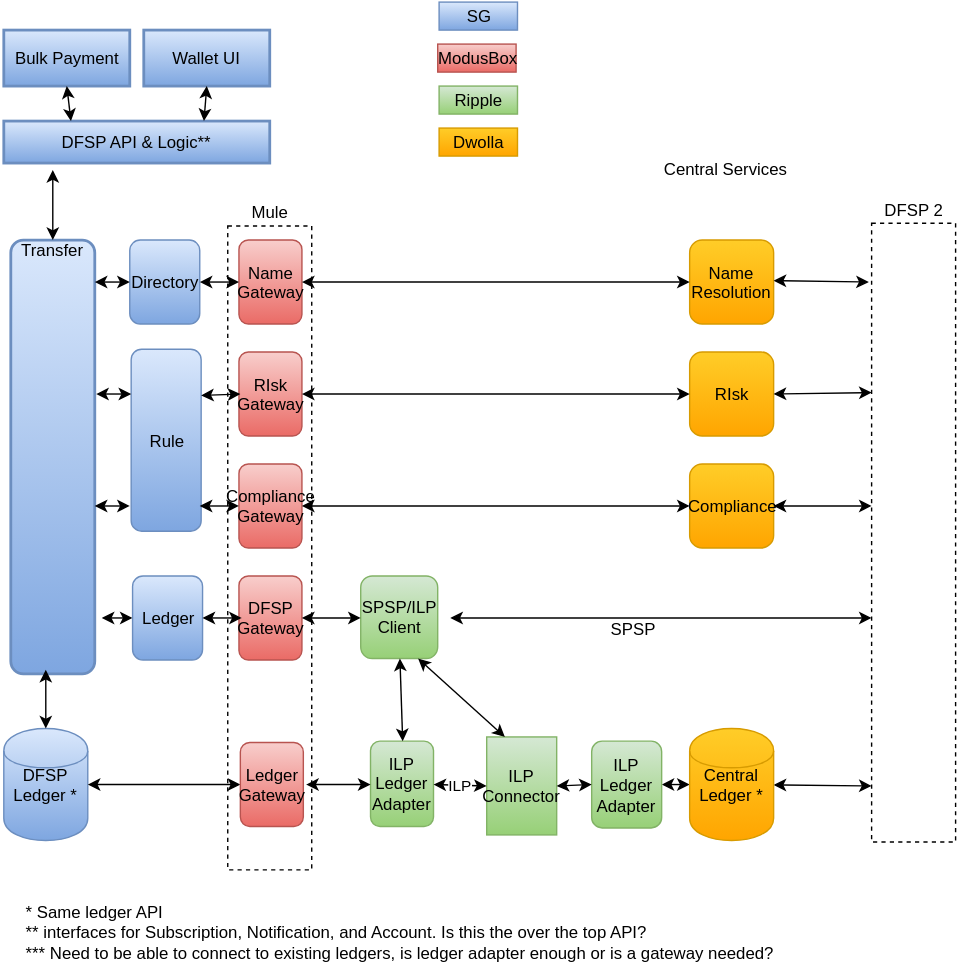
maduhu/Documentation keeps this draw.io diagram as Wiki/Top Level Architecture.svg. Above is the earlier version. Source tidied: cells renumbered, new cells last; positions are measured from the earlier drawing's top-left corner, leaving out a move shared by most shapes.
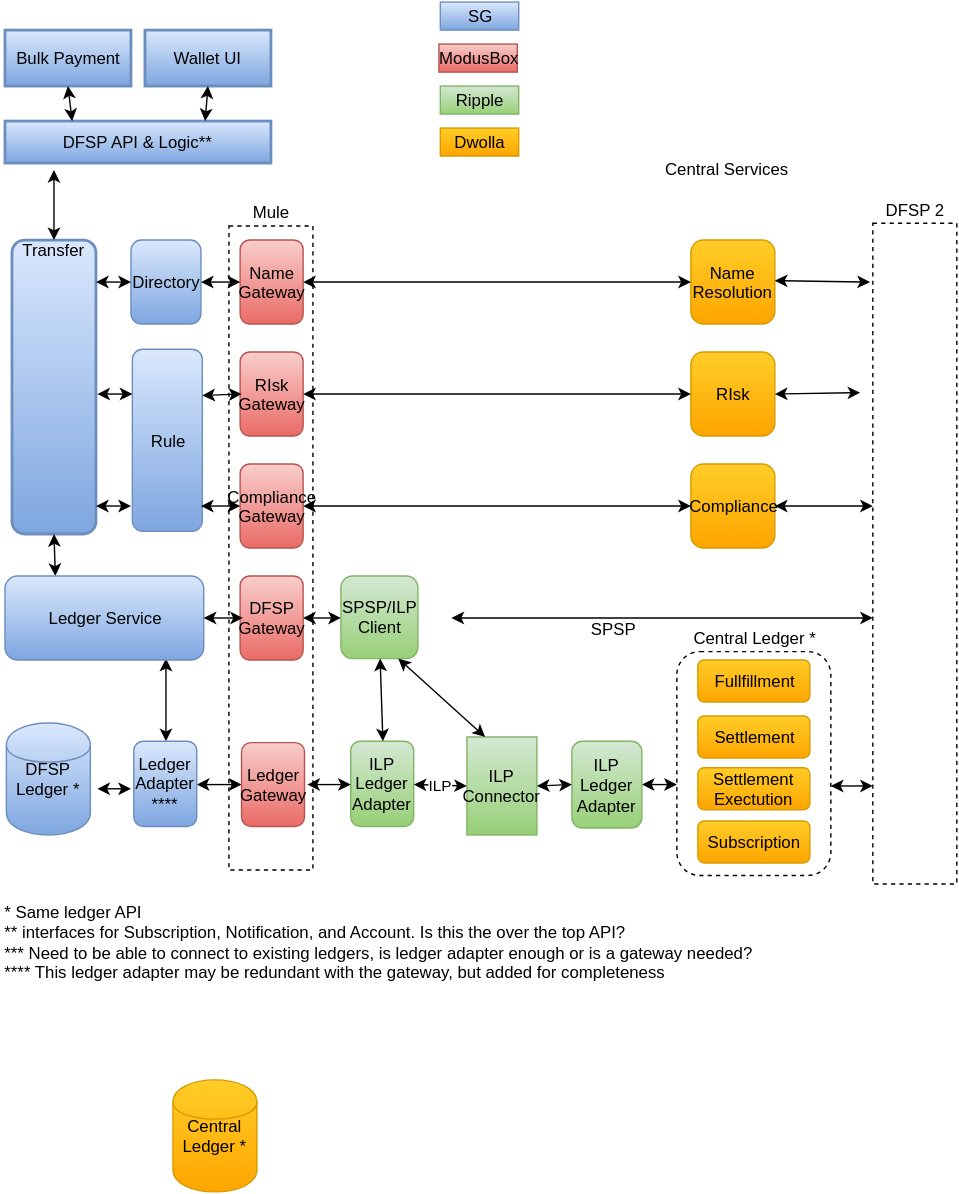
Later version of the same file.

Commit message:
Break up central ledger

Break up central ledger and add DFSP ledger adapter

Diff of the diagram source:
```diff
@@ -2,40 +2,43 @@
   <root>
     <mxCell id="0" />
     <mxCell id="1" parent="0" />
+    <mxCell id="61" value="Central Ledger *" style="rounded=1;whiteSpace=wrap;html=1;fillColor=none;strokeColor=#000000;dashed=1;labelPosition=center;verticalLabelPosition=top;align=center;verticalAlign=bottom;" parent="1" vertex="1">
+      <mxGeometry x="480" y="464" width="110" height="160" as="geometry" />
+    </mxCell>
     <mxCell id="2" value="Mule" style="whiteSpace=wrap;html=1;fillColor=none;dashed=1;labelPosition=center;verticalLabelPosition=top;align=center;verticalAlign=bottom;" parent="1" vertex="1">
       <mxGeometry x="160" y="160" width="60" height="460" as="geometry" />
     </mxCell>
     <mxCell id="3" value="DFSP Ledger *" style="shape=cylinder;whiteSpace=wrap;html=1;plain-blue;" parent="1" vertex="1">
-      <mxGeometry y="519" width="60" height="80" as="geometry" />
+      <mxGeometry x="1" y="515" width="60" height="80" as="geometry" />
     </mxCell>
-    <mxCell id="4" value="&lt;div&gt;Transfer&lt;/div&gt;" style="verticalAlign=middle;align=center;overflow=fill;fontSize=12;fontFamily=Helvetica;html=1;rounded=1;fontStyle=0;strokeWidth=2;plain-blue;" parent="1" vertex="1">
-      <mxGeometry x="5" y="170" width="60" height="310" as="geometry" />
+    <mxCell id="4" value="&lt;div&gt;Transfer&lt;/div&gt;" style="verticalAlign=middle;align=center;overflow=fill;fontSize=12;fontFamily=Helvetica;html=1;rounded=1;fontStyle=0;strokeWidth=2;plain-blue;labelPosition=center;verticalLabelPosition=middle;" parent="1" vertex="1">
+      <mxGeometry x="5" y="170" width="60" height="210" as="geometry" />
     </mxCell>
     <mxCell id="5" value="ILP Connector" style="whiteSpace=wrap;html=1;plain-green;" parent="1" vertex="1">
-      <mxGeometry x="345" y="525" width="50" height="70" as="geometry" />
+      <mxGeometry x="330" y="525" width="50" height="70" as="geometry" />
     </mxCell>
     <mxCell id="6" value="ILP Ledger Adapter" style="rounded=1;whiteSpace=wrap;html=1;plain-green;" parent="1" vertex="1">
-      <mxGeometry x="262" y="528" width="45" height="61" as="geometry" />
+      <mxGeometry x="247" y="528" width="45" height="61" as="geometry" />
     </mxCell>
-    <mxCell id="7" style="endArrow=classic;startArrow=classic;html=1;entryX=0;entryY=0.5;exitX=1;exitY=0.5;" parent="1" edge="1" source="3" target="46">
+    <mxCell id="7" style="endArrow=classic;startArrow=classic;html=1;entryX=0;entryY=0.5;exitX=1;exitY=0.5;" parent="1" edge="1" source="62" target="46">
       <mxGeometry relative="1" as="geometry" />
     </mxCell>
     <mxCell id="8" value="ILP" style="endArrow=classic;startArrow=classic;html=1;entryX=0;entryY=0.5;exitX=1;exitY=0.5;" parent="1" edge="1" source="6" target="5">
-      <mxGeometry x="120" y="639" as="geometry" />
+      <mxGeometry x="105" y="639" as="geometry" />
     </mxCell>
-    <mxCell id="9" style="endArrow=classic;startArrow=classic;html=1;entryX=0;entryY=0.5;exitX=1;exitY=0.5;" parent="1" edge="1" source="53" target="42">
-      <mxGeometry x="130" y="649" as="geometry" />
+    <mxCell id="9" style="endArrow=classic;startArrow=classic;html=1;exitX=1;exitY=0.5;" parent="1" edge="1" source="53">
+      <mxGeometry x="130" y="649" as="geometry">
+        <mxPoint x="480" y="559" as="targetPoint" />
+      </mxGeometry>
     </mxCell>
     <mxCell id="10" value="&lt;div&gt;SPSP/ILP&lt;/div&gt;&lt;div&gt;Client&lt;/div&gt;" style="rounded=1;whiteSpace=wrap;html=1;plain-green;" parent="1" vertex="1">
-      <mxGeometry x="255" y="410" width="55" height="59" as="geometry" />
+      <mxGeometry x="240" y="410" width="55" height="59" as="geometry" />
     </mxCell>
-    <mxCell id="11" style="endArrow=classic;startArrow=classic;html=1;entryX=0;entryY=0.5;" parent="1" edge="1" target="55">
-      <mxGeometry x="110" y="457" as="geometry">
-        <mxPoint x="70" y="440" as="sourcePoint" />
-      </mxGeometry>
+    <mxCell id="11" style="endArrow=classic;startArrow=classic;html=1;entryX=0.25;entryY=0;exitX=0.5;exitY=1;" parent="1" edge="1" source="4" target="55">
+      <mxGeometry x="110" y="457" as="geometry" />
     </mxCell>
     <mxCell id="12" style="endArrow=classic;startArrow=classic;html=1;entryX=0.5;entryY=0;exitX=0.5;exitY=1;" parent="1" edge="1" source="10" target="6">
-      <mxGeometry x="245" y="459" as="geometry" />
+      <mxGeometry x="230" y="459" as="geometry" />
     </mxCell>
     <mxCell id="13" value="DFSP API &amp;amp; Logic**" style="whiteSpace=wrap;align=center;verticalAlign=middle;fontStyle=0;strokeWidth=2;html=1;plain-blue;" parent="1" vertex="1">
       <mxGeometry y="85" width="190" height="30" as="geometry" />
@@ -55,16 +58,15 @@
     <mxCell id="18" style="endArrow=classic;startArrow=classic;html=1;exitX=0.5;exitY=0;entryX=0.184;entryY=1.167;entryPerimeter=0;" parent="1" edge="1" source="4" target="13">
       <mxGeometry x="110" y="236" as="geometry" />
     </mxCell>
-    <mxCell id="19" style="endArrow=classic;startArrow=classic;html=1;entryX=0.5;entryY=0;" parent="1" edge="1" target="3">
-      <mxGeometry x="120" y="577" as="geometry">
-        <mxPoint x="30" y="477" as="sourcePoint" />
-      </mxGeometry>
+    <mxCell id="19" style="endArrow=classic;startArrow=classic;html=1;entryX=0.5;entryY=0;exitX=0.81;exitY=0.983;exitPerimeter=0;" parent="1" edge="1" source="55" target="62">
+      <mxGeometry x="120" y="577" as="geometry" />
     </mxCell>
-    <mxCell id="20" value="&lt;div&gt;* Same ledger API&lt;/div&gt;&lt;div&gt;** interfaces for Subscription, Notification, and Account. Is this the over the top API?&lt;/div&gt;&lt;div&gt;*** Need to be able to connect to existing ledgers, is ledger adapter enough or is a gateway needed?&lt;/div&gt;" style="text;html=1;align=left;verticalAlign=top;spacingTop=-4;" parent="1" vertex="1">
-      <mxGeometry x="14" y="641" width="550" height="40" as="geometry" />
+    <mxCell id="20" value="&lt;div&gt;* Same ledger API&lt;/div&gt;&lt;div&gt;** interfaces for Subscription, Notification, and Account. Is this the over the top API?&lt;/div&gt;&lt;div&gt;*** Need to be able to connect to existing ledgers, is ledger adapter enough or is a gateway needed?&lt;/div&gt;&lt;div&gt;**** This ledger adapter may be redundant with the gateway, but added for completeness&lt;/div&gt;" style="text;html=1;align=left;verticalAlign=top;spacingTop=-4;" parent="1" vertex="1">
+      <mxGeometry x="-2" y="641" width="550" height="60" as="geometry" />
     </mxCell>
-    <mxCell id="21" style="endArrow=classic;startArrow=classic;html=1;" parent="1" edge="1" source="42">
+    <mxCell id="21" style="endArrow=classic;startArrow=classic;html=1;" parent="1" edge="1">
       <mxGeometry x="260" y="658" as="geometry">
+        <mxPoint x="590" y="560" as="sourcePoint" />
         <mxPoint x="620" y="560" as="targetPoint" />
       </mxGeometry>
     </mxCell>
@@ -76,7 +78,7 @@
     </mxCell>
     <mxCell id="23" value="SPSP" style="text;html=1;align=center;verticalAlign=middle;labelBackgroundColor=#ffffff;" parent="22" vertex="1">
       <mxGeometry relative="1" as="geometry">
-        <mxPoint x="-21" y="7" as="offset" />
+        <mxPoint x="-36" y="7" as="offset" />
       </mxGeometry>
     </mxCell>
     <mxCell id="24" value="Name Resolution" style="rounded=1;whiteSpace=wrap;html=1;plain-orange;" parent="1" vertex="1">
@@ -147,12 +149,10 @@
     <mxCell id="41" value="Central Services" style="text;html=1;align=left;verticalAlign=top;spacingTop=-4;" parent="1" vertex="1">
       <mxGeometry x="470" y="110" width="100" height="20" as="geometry" />
     </mxCell>
-    <mxCell id="42" value="Central Ledger *" style="shape=cylinder;whiteSpace=wrap;html=1;plain-orange;" parent="1" vertex="1">
-      <mxGeometry x="490" y="519" width="60" height="80" as="geometry" />
-    </mxCell>
-    <mxCell id="43" style="endArrow=classic;startArrow=classic;html=1;" parent="1" edge="1" target="42">
+    <mxCell id="43" style="endArrow=classic;startArrow=classic;html=1;" parent="1" edge="1">
       <mxGeometry x="260" y="658" as="geometry">
         <mxPoint x="490" y="560" as="sourcePoint" />
+        <mxPoint x="490" y="560" as="targetPoint" />
       </mxGeometry>
     </mxCell>
     <mxCell id="44" value="DFSP Gateway" style="rounded=1;whiteSpace=wrap;html=1;plain-red;" parent="1" vertex="1">
@@ -170,7 +170,7 @@
       </mxGeometry>
     </mxCell>
     <mxCell id="48" value="DFSP 2" style="whiteSpace=wrap;html=1;fillColor=none;dashed=1;labelPosition=center;verticalLabelPosition=top;align=center;verticalAlign=bottom;" parent="1" vertex="1">
-      <mxGeometry x="620" y="158" width="60" height="442" as="geometry" />
+      <mxGeometry x="620" y="158" width="60" height="472" as="geometry" />
     </mxCell>
     <mxCell id="49" style="endArrow=classic;startArrow=classic;html=1;" parent="1" edge="1">
       <mxGeometry x="464" y="389" as="geometry">
@@ -178,7 +178,7 @@
         <mxPoint x="620" y="360" as="targetPoint" />
       </mxGeometry>
     </mxCell>
-    <mxCell id="50" style="endArrow=classic;startArrow=classic;html=1;exitX=1;exitY=0.5;entryX=0;entryY=0.274;entryPerimeter=0;" parent="1" edge="1" target="48">
+    <mxCell id="50" style="endArrow=classic;startArrow=classic;html=1;exitX=1;exitY=0.5;entryX=-0.15;entryY=0.256;entryPerimeter=0;" parent="1" edge="1" target="48">
       <mxGeometry x="472" y="309" as="geometry">
         <mxPoint x="550" y="280" as="sourcePoint" />
       </mxGeometry>
@@ -190,16 +190,16 @@
       </mxGeometry>
     </mxCell>
     <mxCell id="52" style="endArrow=classic;startArrow=classic;html=1;exitX=0.75;exitY=1;entryX=0.25;entryY=0;" parent="1" edge="1" source="10" target="5">
-      <mxGeometry x="145" y="399" as="geometry" />
+      <mxGeometry x="130" y="399" as="geometry" />
     </mxCell>
     <mxCell id="53" value="ILP Ledger Adapter" style="rounded=1;whiteSpace=wrap;html=1;plain-green;" parent="1" vertex="1">
-      <mxGeometry x="420" y="528" width="50" height="62" as="geometry" />
+      <mxGeometry x="405" y="528" width="50" height="62" as="geometry" />
     </mxCell>
     <mxCell id="54" style="endArrow=classic;startArrow=classic;html=1;entryX=0;entryY=0.5;exitX=1;exitY=0.5;" parent="1" edge="1" source="5" target="53">
-      <mxGeometry x="130" y="649" as="geometry" />
+      <mxGeometry x="115" y="649" as="geometry" />
     </mxCell>
-    <mxCell id="55" value="Ledger" style="rounded=1;whiteSpace=wrap;html=1;plain-blue;" parent="1" vertex="1">
-      <mxGeometry x="92" y="410" width="50" height="60" as="geometry" />
+    <mxCell id="55" value="Ledger Service" style="rounded=1;whiteSpace=wrap;html=1;plain-blue;" parent="1" vertex="1">
+      <mxGeometry y="410" width="142" height="60" as="geometry" />
     </mxCell>
     <mxCell id="56" style="endArrow=classic;startArrow=classic;html=1;exitX=1;exitY=0.5;" parent="1" edge="1" source="55">
       <mxGeometry x="120" y="467" as="geometry">
@@ -218,5 +218,28 @@
     <mxCell id="60" value="Dwolla" style="whiteSpace=wrap;html=1;plain-orange;" parent="1" vertex="1">
       <mxGeometry x="311" y="90" width="56" height="20" as="geometry" />
     </mxCell>
+    <mxCell id="62" value="&lt;div&gt;Ledger Adapter&lt;/div&gt;&lt;div&gt;****&lt;/div&gt;" style="rounded=1;whiteSpace=wrap;html=1;plain-blue;" parent="1" vertex="1">
+      <mxGeometry x="92" y="528" width="45" height="61" as="geometry" />
+    </mxCell>
+    <mxCell id="63" style="endArrow=classic;startArrow=classic;html=1;exitX=1.083;exitY=0.588;exitPerimeter=0;" parent="1" edge="1" source="3">
+      <mxGeometry x="197" y="579" as="geometry">
+        <mxPoint x="90" y="562" as="targetPoint" />
+      </mxGeometry>
+    </mxCell>
+    <mxCell id="64" value="Fullfillment" style="rounded=1;whiteSpace=wrap;html=1;plain-orange;" parent="1" vertex="1">
+      <mxGeometry x="495" y="470" width="80" height="30" as="geometry" />
+    </mxCell>
+    <mxCell id="65" value="Settlement" style="rounded=1;whiteSpace=wrap;html=1;plain-orange;" parent="1" vertex="1">
+      <mxGeometry x="495" y="510" width="80" height="30" as="geometry" />
+    </mxCell>
+    <mxCell id="66" value="Subscription" style="rounded=1;whiteSpace=wrap;html=1;plain-orange;" parent="1" vertex="1">
+      <mxGeometry x="495" y="585" width="80" height="30" as="geometry" />
+    </mxCell>
+    <mxCell id="67" value="Settlement Exectution" style="rounded=1;whiteSpace=wrap;html=1;plain-orange;" parent="1" vertex="1">
+      <mxGeometry x="495" y="547" width="80" height="30" as="geometry" />
+    </mxCell>
+    <mxCell id="42" value="Central Ledger *" style="shape=cylinder;whiteSpace=wrap;html=1;plain-orange;" parent="1" vertex="1">
+      <mxGeometry x="120" y="770" width="60" height="80" as="geometry" />
+    </mxCell>
   </root>
 </mxGraphModel>
```
